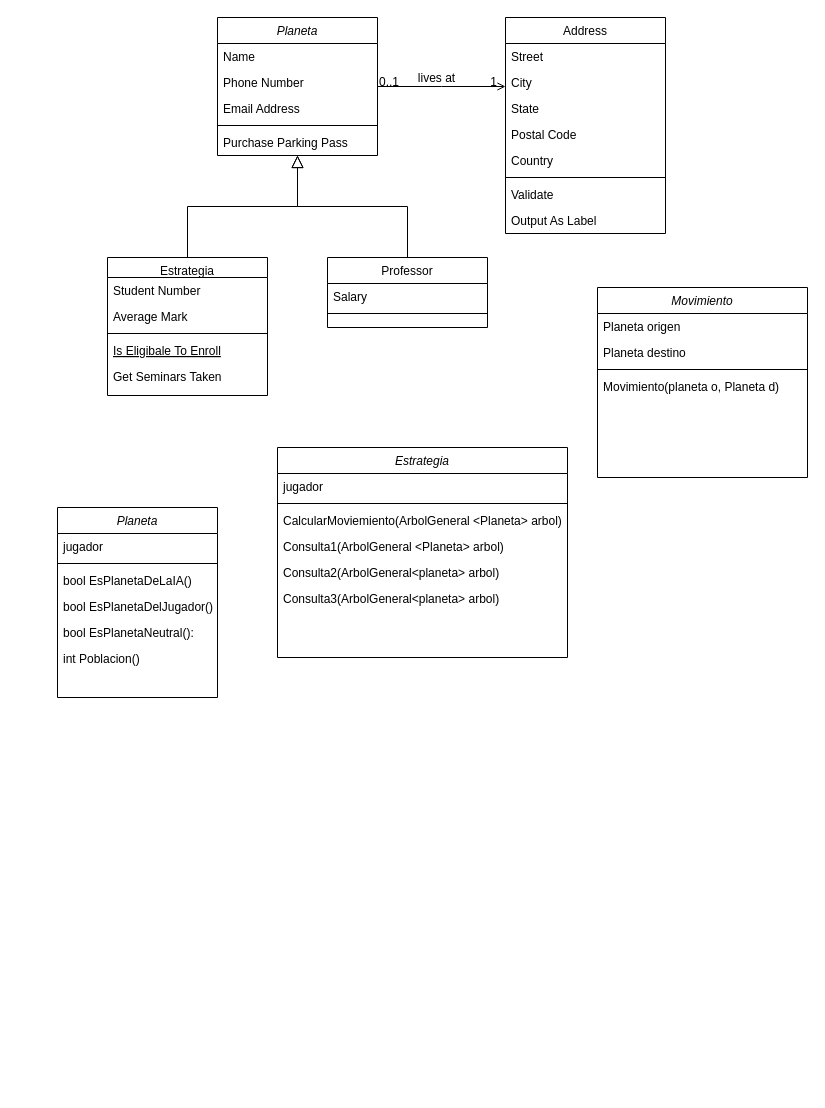
Before: UML e Informe/TP_bot.drawio in iodenKisuka/TP_FINALBOT_DaianaLorenaCabreraSaldivar, a draw.io diagram. Source tidied: cells renumbered, new cells numbered last; positions are measured from the earlier drawing's top-left corner, leaving out a move shared by most shapes. Both pictures are drawn from the tidied source at 100%, with x=0, y=0 at pixel (57, 17).
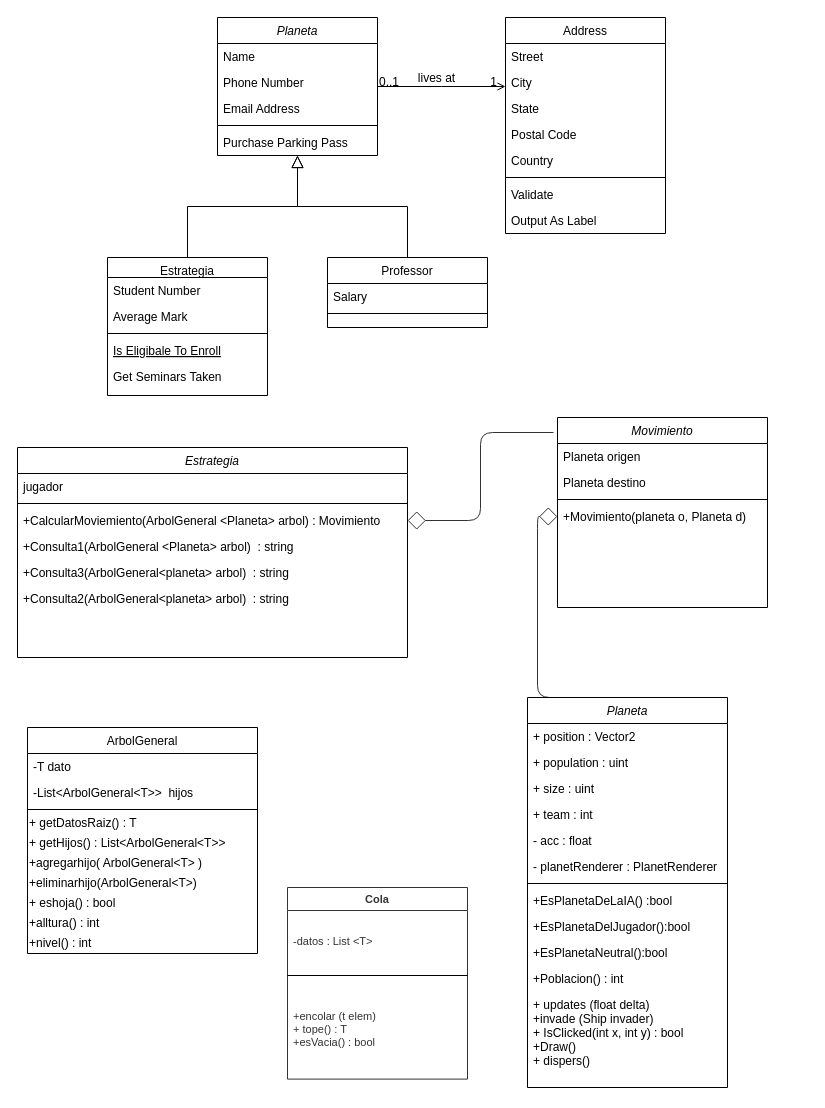
The same page after the edit.

Commit message (it also covers changes not shown here):
Modificando uml

What changed in the source:
```diff
@@
-    <mxCell id="32" value="Planeta" style="swimlane;fontStyle=2;align=center;verticalAlign=top;horizontal=1;startSize=26;rounded=0;shadow=0;strokeWidth=1;" parent="1" vertex="1">
-      <mxGeometry y="490" width="160" height="190" as="geometry" />
-    </mxCell>
-    <mxCell id="33" value="jugador" style="text;align=left;verticalAlign=top;spacingLeft=4;spacingRight=4;overflow=hidden;" parent="32" vertex="1">
-      <mxGeometry y="26" width="160" height="26" as="geometry" />
-    </mxCell>
-    <mxCell id="34" style="line;html=1;strokeWidth=1;align=left;verticalAlign=middle;spacingTop=-1;spacingLeft=3;spacingRight=3;labelPosition=right;" parent="32" vertex="1">
-      <mxGeometry y="52" width="160" height="8" as="geometry" />
-    </mxCell>
-    <mxCell id="35" value="bool EsPlanetaDeLaIA() &#10;" style="text;align=left;verticalAlign=top;spacingLeft=4;spacingRight=4;overflow=hidden;" parent="32" vertex="1">
-      <mxGeometry y="60" width="160" height="26" as="geometry" />
-    </mxCell>
-    <mxCell id="36" value="bool EsPlanetaDelJugador() &#10;" style="text;align=left;verticalAlign=top;spacingLeft=4;spacingRight=4;overflow=hidden;" parent="32" vertex="1">
-      <mxGeometry y="86" width="160" height="26" as="geometry" />
-    </mxCell>
-    <mxCell id="37" value="bool EsPlanetaNeutral():" style="text;align=left;verticalAlign=top;spacingLeft=4;spacingRight=4;overflow=hidden;" parent="32" vertex="1">
-      <mxGeometry y="112" width="160" height="26" as="geometry" />
-    </mxCell>
-    <mxCell id="38" value="int Poblacion() &#10;" style="text;align=left;verticalAlign=top;spacingLeft=4;spacingRight=4;overflow=hidden;" parent="32" vertex="1">
-      <mxGeometry y="138" width="160" height="26" as="geometry" />
-    </mxCell>
+    <mxCell id="51" value="ArbolGeneral" style="swimlane;fontStyle=0;align=center;verticalAlign=top;horizontal=1;startSize=26;rounded=0;shadow=0;strokeWidth=1;" parent="1" vertex="1">
+      <mxGeometry x="-30" y="710" width="230" height="226" as="geometry" />
+    </mxCell>
+    <mxCell id="52" value="-T dato" style="text;align=left;verticalAlign=top;spacingLeft=4;spacingRight=4;overflow=hidden;" parent="51" vertex="1">
+      <mxGeometry y="26" width="230" height="26" as="geometry" />
+    </mxCell>
+    <mxCell id="53" value="-List&lt;ArbolGeneral&lt;T&gt;&gt;  hijos" style="text;align=left;verticalAlign=top;spacingLeft=4;spacingRight=4;overflow=hidden;" parent="51" vertex="1">
+      <mxGeometry y="52" width="230" height="26" as="geometry" />
+    </mxCell>
+    <mxCell id="54" style="line;html=1;strokeWidth=1;align=left;verticalAlign=middle;spacingTop=-1;spacingLeft=3;spacingRight=3;labelPosition=right;" parent="51" vertex="1">
+      <mxGeometry y="78" width="230" height="8" as="geometry" />
+    </mxCell>
+    <mxCell id="55" value="+ getDatosRaiz() : T" style="text;html=1;align=left;verticalAlign=middle;" parent="51" vertex="1">
+      <mxGeometry y="86" width="230" height="20" as="geometry" />
+    </mxCell>
+    <mxCell id="56" value="+ getHijos() :&amp;nbsp;List&amp;lt;ArbolGeneral&amp;lt;T&amp;gt;&amp;gt;" style="text;html=1;align=left;verticalAlign=middle;" parent="51" vertex="1">
+      <mxGeometry y="106" width="230" height="20" as="geometry" />
+    </mxCell>
+    <mxCell id="57" value="+agregarhijo( ArbolGeneral&amp;lt;T&amp;gt; )" style="text;html=1;align=left;verticalAlign=middle;" parent="51" vertex="1">
+      <mxGeometry y="126" width="230" height="20" as="geometry" />
+    </mxCell>
+    <mxCell id="58" value="+eliminarhijo(ArbolGeneral&amp;lt;T&amp;gt;)" style="text;html=1;align=left;verticalAlign=middle;" parent="51" vertex="1">
+      <mxGeometry y="146" width="230" height="20" as="geometry" />
+    </mxCell>
+    <mxCell id="59" value="+ eshoja() : bool" style="text;html=1;align=left;verticalAlign=middle;" parent="51" vertex="1">
+      <mxGeometry y="166" width="230" height="20" as="geometry" />
+    </mxCell>
+    <mxCell id="60" value="+alltura() : int" style="text;html=1;align=left;verticalAlign=middle;" parent="51" vertex="1">
+      <mxGeometry y="186" width="230" height="20" as="geometry" />
+    </mxCell>
+    <mxCell id="61" value="+nivel() : int" style="text;html=1;align=left;verticalAlign=middle;" parent="51" vertex="1">
+      <mxGeometry y="206" width="230" height="20" as="geometry" />
+    </mxCell>
     <mxCell id="39" value="Estrategia" style="swimlane;fontStyle=2;align=center;verticalAlign=top;horizontal=1;startSize=26;rounded=0;shadow=0;strokeWidth=1;" parent="1" vertex="1">
-      <mxGeometry x="220" y="430" width="290" height="210" as="geometry" />
+      <mxGeometry x="-40" y="430" width="390" height="210" as="geometry" />
     </mxCell>
     <mxCell id="40" value="jugador" style="text;align=left;verticalAlign=top;spacingLeft=4;spacingRight=4;overflow=hidden;" parent="39" vertex="1">
-      <mxGeometry y="26" width="290" height="26" as="geometry" />
+      <mxGeometry y="26" width="390" height="26" as="geometry" />
     </mxCell>
     <mxCell id="41" style="line;html=1;strokeWidth=1;align=left;verticalAlign=middle;spacingTop=-1;spacingLeft=3;spacingRight=3;labelPosition=right;" parent="39" vertex="1">
-      <mxGeometry y="52" width="290" height="8" as="geometry" />
+      <mxGeometry y="52" width="390" height="8" as="geometry" />
     </mxCell>
-    <mxCell id="42" value="CalcularMoviemiento(ArbolGeneral &lt;Planeta&gt; arbol)" style="text;align=left;verticalAlign=top;spacingLeft=4;spacingRight=4;overflow=hidden;points=[[0,0.5],[1,0.5]];portConstraint=eastwest;" parent="39" vertex="1">
-      <mxGeometry y="60" width="290" height="26" as="geometry" />
+    <mxCell id="42" value="+CalcularMoviemiento(ArbolGeneral &lt;Planeta&gt; arbol) : Movimiento" style="text;align=left;verticalAlign=top;spacingLeft=4;spacingRight=4;overflow=hidden;points=[[0,0.5],[1,0.5]];portConstraint=eastwest;" parent="39" vertex="1">
+      <mxGeometry y="60" width="390" height="26" as="geometry" />
     </mxCell>
-    <mxCell id="43" value="Consulta1(ArbolGeneral &lt;Planeta&gt; arbol)" style="text;align=left;verticalAlign=top;spacingLeft=4;spacingRight=4;overflow=hidden;" parent="39" vertex="1">
-      <mxGeometry y="86" width="290" height="26" as="geometry" />
+    <mxCell id="43" value="+Consulta1(ArbolGeneral &lt;Planeta&gt; arbol)  : string" style="text;align=left;verticalAlign=top;spacingLeft=4;spacingRight=4;overflow=hidden;" parent="39" vertex="1">
+      <mxGeometry y="86" width="390" height="26" as="geometry" />
     </mxCell>
+    <mxCell id="45" value="+Consulta3(ArbolGeneral&lt;planeta&gt; arbol)  : string" style="text;align=left;verticalAlign=top;spacingLeft=4;spacingRight=4;overflow=hidden;" parent="39" vertex="1">
+      <mxGeometry y="112" width="390" height="26" as="geometry" />
+    </mxCell>
-    <mxCell id="44" value="Consulta2(ArbolGeneral&lt;planeta&gt; arbol)" style="text;align=left;verticalAlign=top;spacingLeft=4;spacingRight=4;overflow=hidden;" parent="39" vertex="1">
-      <mxGeometry y="112" width="290" height="26" as="geometry" />
+    <mxCell id="44" value="+Consulta2(ArbolGeneral&lt;planeta&gt; arbol)  : string" style="text;align=left;verticalAlign=top;spacingLeft=4;spacingRight=4;overflow=hidden;" parent="39" vertex="1">
+      <mxGeometry y="138" width="390" height="26" as="geometry" />
     </mxCell>
-    <mxCell id="45" value="Consulta3(ArbolGeneral&lt;planeta&gt; arbol)" style="text;align=left;verticalAlign=top;spacingLeft=4;spacingRight=4;overflow=hidden;" parent="39" vertex="1">
-      <mxGeometry y="138" width="290" height="26" as="geometry" />
-    </mxCell>
+    <mxCell id="62" style="html=1;jettySize=18;fontSize=11;strokeColor=#333333;strokeOpacity=100;rounded=1;arcSize=24;edgeStyle=elbowEdgeStyle;startArrow=none;endArrow=diamond;endFill=0;endSize=16;exitX=-0.019;exitY=0.079;exitDx=0;exitDy=0;exitPerimeter=0;" parent="1" edge="1" source="46" target="42">
+      <mxGeometry relative="1" as="geometry" />
+    </mxCell>
+    <mxCell id="63" style="html=1;jettySize=18;fontSize=11;strokeColor=#333333;strokeOpacity=100;rounded=1;arcSize=24;edgeStyle=elbowEdgeStyle;startArrow=none;endArrow=diamond;endFill=0;endSize=16;exitX=0.5;exitY=0;exitDx=0;exitDy=0;entryX=0;entryY=0.5;entryDx=0;entryDy=0;" parent="1" edge="1" source="32" target="50">
+      <mxGeometry relative="1" as="geometry">
+        <Array as="points">
+          <mxPoint x="480" y="640" />
+          <mxPoint x="420" y="580" />
+        </Array>
+      </mxGeometry>
+    </mxCell>
+    <mxCell id="32" value="Planeta" style="swimlane;fontStyle=2;align=center;verticalAlign=top;horizontal=1;startSize=26;rounded=0;shadow=0;strokeWidth=1;" parent="1" vertex="1">
+      <mxGeometry x="470" y="680" width="200" height="390" as="geometry" />
+    </mxCell>
+    <mxCell id="64" value="+ position : Vector2" style="text;align=left;verticalAlign=top;spacingLeft=4;spacingRight=4;overflow=hidden;" parent="32" vertex="1">
+      <mxGeometry y="26" width="200" height="26" as="geometry" />
+    </mxCell>
+    <mxCell id="65" value="+ population : uint" style="text;align=left;verticalAlign=top;spacingLeft=4;spacingRight=4;overflow=hidden;" parent="32" vertex="1">
+      <mxGeometry y="52" width="200" height="26" as="geometry" />
+    </mxCell>
+    <mxCell id="66" value="+ size : uint" style="text;align=left;verticalAlign=top;spacingLeft=4;spacingRight=4;overflow=hidden;" parent="32" vertex="1">
+      <mxGeometry y="78" width="200" height="26" as="geometry" />
+    </mxCell>
+    <mxCell id="67" value="+ team : int" style="text;align=left;verticalAlign=top;spacingLeft=4;spacingRight=4;overflow=hidden;" parent="32" vertex="1">
+      <mxGeometry y="104" width="200" height="26" as="geometry" />
+    </mxCell>
+    <mxCell id="68" value="- acc : float" style="text;align=left;verticalAlign=top;spacingLeft=4;spacingRight=4;overflow=hidden;" parent="32" vertex="1">
+      <mxGeometry y="130" width="200" height="26" as="geometry" />
+    </mxCell>
+    <mxCell id="69" value="- planetRenderer : PlanetRenderer" style="text;align=left;verticalAlign=top;spacingLeft=4;spacingRight=4;overflow=hidden;" parent="32" vertex="1">
+      <mxGeometry y="156" width="200" height="26" as="geometry" />
+    </mxCell>
+    <mxCell id="34" style="line;html=1;strokeWidth=1;align=left;verticalAlign=middle;spacingTop=-1;spacingLeft=3;spacingRight=3;labelPosition=right;" parent="32" vertex="1">
+      <mxGeometry y="182" width="200" height="8" as="geometry" />
+    </mxCell>
+    <mxCell id="35" value="+EsPlanetaDeLaIA() :bool" style="text;align=left;verticalAlign=top;spacingLeft=4;spacingRight=4;overflow=hidden;" parent="32" vertex="1">
+      <mxGeometry y="190" width="200" height="26" as="geometry" />
+    </mxCell>
+    <mxCell id="36" value="+EsPlanetaDelJugador():bool" style="text;align=left;verticalAlign=top;spacingLeft=4;spacingRight=4;overflow=hidden;" parent="32" vertex="1">
+      <mxGeometry y="216" width="200" height="26" as="geometry" />
+    </mxCell>
+    <mxCell id="37" value="+EsPlanetaNeutral():bool" style="text;align=left;verticalAlign=top;spacingLeft=4;spacingRight=4;overflow=hidden;" parent="32" vertex="1">
+      <mxGeometry y="242" width="200" height="26" as="geometry" />
+    </mxCell>
+    <mxCell id="70" value="+Poblacion() : int" style="text;align=left;verticalAlign=top;spacingLeft=4;spacingRight=4;overflow=hidden;" parent="32" vertex="1">
+      <mxGeometry y="268" width="200" height="26" as="geometry" />
+    </mxCell>
+    <mxCell id="38" value="+ updates (float delta)&#10;+invade (Ship invader)&#10;+ IsClicked(int x, int y) : bool&#10;+Draw()&#10;+ dispers()" style="text;align=left;verticalAlign=top;spacingLeft=4;spacingRight=4;overflow=hidden;" parent="32" vertex="1">
+      <mxGeometry y="294" width="200" height="96" as="geometry" />
+    </mxCell>
     <mxCell id="46" value="Movimiento" style="swimlane;fontStyle=2;align=center;verticalAlign=top;horizontal=1;startSize=26;rounded=0;shadow=0;strokeWidth=1;" parent="1" vertex="1">
-      <mxGeometry x="540" y="270" width="210" height="190" as="geometry" />
+      <mxGeometry x="500" y="400" width="210" height="190" as="geometry" />
     </mxCell>
@@
-    <mxCell id="50" value="Movimiento(planeta o, Planeta d)" style="text;align=left;verticalAlign=top;spacingLeft=4;spacingRight=4;overflow=hidden;points=[[0,0.5],[1,0.5]];portConstraint=eastwest;" parent="46" vertex="1">
+    <mxCell id="50" value="+Movimiento(planeta o, Planeta d)" style="text;align=left;verticalAlign=top;spacingLeft=4;spacingRight=4;overflow=hidden;points=[[0,0.5],[1,0.5]];portConstraint=eastwest;" parent="46" vertex="1">
       <mxGeometry y="86" width="210" height="26" as="geometry" />
     </mxCell>
+    <mxCell id="71" value="Cola" style="html=1;whiteSpace=wrap;swimlane;horizontal=1;startSize=23;swimlaneFillColor=#ffffff;startSize=23;fontSize=11;fontColor=#333333;fontStyle=1;spacing=0;strokeColor=#333333;strokeOpacity=100;" parent="1" vertex="1">
+      <mxGeometry x="230" y="870" width="180" height="191.6" as="geometry" />
+    </mxCell>
+    <mxCell id="72" value="-datos : List &amp;lt;T&amp;gt;" style="html=1;strokeColor=none;fillColor=none;align=left;verticalAlign=middle;spacingLeft=4;spacingRight=4;overflow=hidden;swimlaneFillColor=#ffffff;strokeOpacity=100;fontSize=11;fontColor=#333333;" parent="71" vertex="1">
+      <mxGeometry y="23" width="180" height="61" as="geometry" />
+    </mxCell>
+    <mxCell id="73" style="line;strokeWidth=1;fillColor=none;align=left;verticalAlign=middle;spacingTop=-1;spacingLeft=3;spacingRight=3;labelPosition=right;" parent="71" vertex="1">
+      <mxGeometry y="84" width="180" height="8" as="geometry" />
+    </mxCell>
+    <mxCell id="74" value="+encolar (t elem)&lt;br&gt;+ tope() : T&lt;br&gt;+esVacia() : bool&amp;nbsp;" style="html=1;strokeColor=none;fillColor=none;align=left;verticalAlign=middle;spacingLeft=4;spacingRight=4;overflow=hidden;swimlaneFillColor=#ffffff;strokeOpacity=100;fontSize=11;fontColor=#333333;" parent="71" vertex="1">
+      <mxGeometry y="92" width="180" height="99.6" as="geometry" />
+    </mxCell>
```
